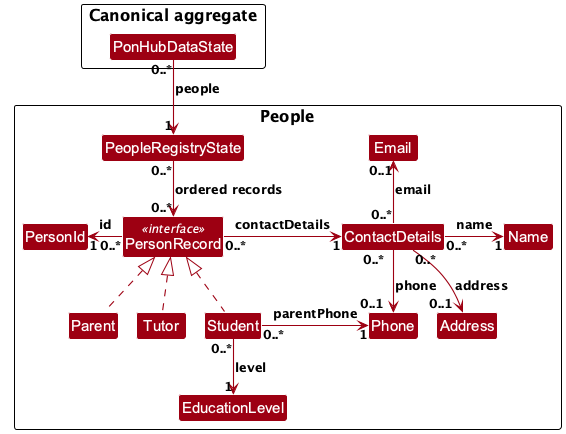
Before: docs/images/PersonRecordClassDiagram.png, a diagram exported from PlantUML (AY2627S1-CS2103T-F13-3/tp).
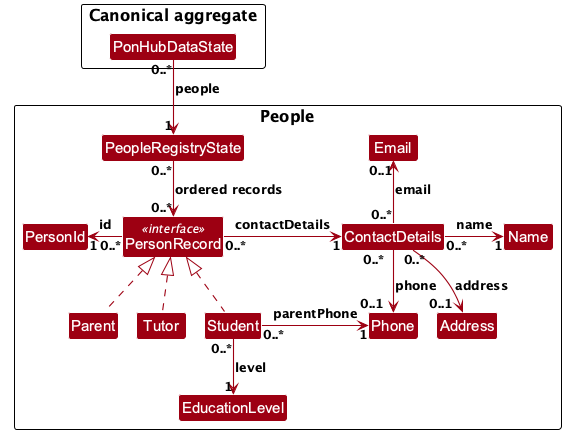
The same diagram one commit later.

Commit message:
Clear address source multiplicity

Diff of the diagram source:
```diff
@@ -39,7 +39,7 @@
 ContactDetails "0..*" -right-> "1" Name : name
 ContactDetails "0..*<U+00A0><U+00A0>" -down-> "0..1<U+00A0><U+00A0>" Phone : phone
 ContactDetails "0..*" -up-> "0..1" Email : email
-ContactDetails "0..*<U+00A0><U+00A0>" -down-> "0..1<U+00A0><U+00A0>" Address : address
+ContactDetails "0..*<U+00A0><U+00A0><U+00A0><U+00A0><U+00A0>" -down-> "0..1<U+00A0><U+00A0>" Address : address
 Student "0..*" -down-> "1" EducationLevel : level
 Student "0..*" -right-> "1" Phone : parentPhone
 
```
